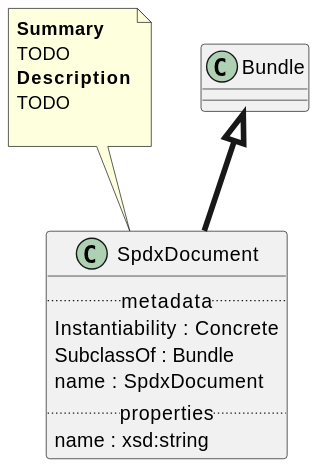
maxhbr/spec-parser.hs keeps this PlantUML diagram as Classes/SpdxDocument.svg. Above is the earlier version.
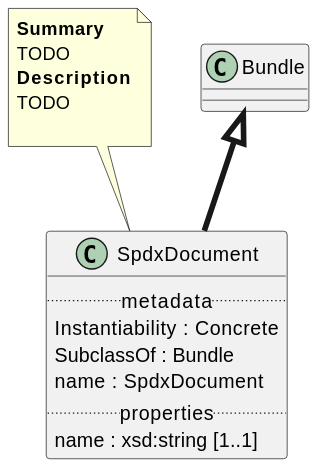
The same file after the commit.

What changed in the source:
```diff
@@ -5,7 +5,7 @@
     SubclassOf : Bundle
     name : SpdxDocument
 .. properties ..
-    name : xsd:string
+    name : xsd:string [1..1]
 }
 note top of SpdxDocument
 <b>Summary</b>
```
